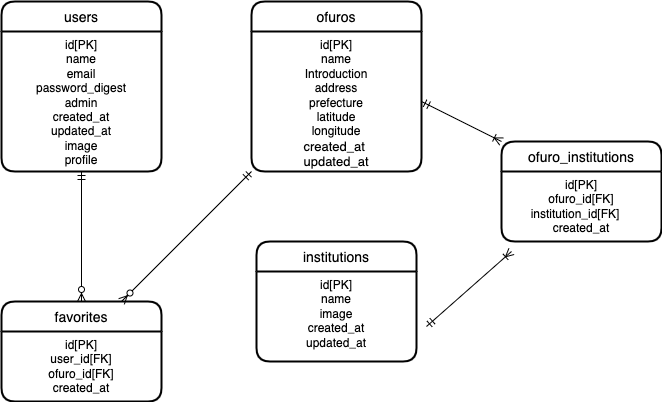
Earlier version of the draw.io export readme/er図.png (idesho/Oshisen_Kawasaki). Source tidied: cells renumbered, new cells last; positions are measured from the earlier drawing's top-left corner, leaving out a move shared by most shapes.
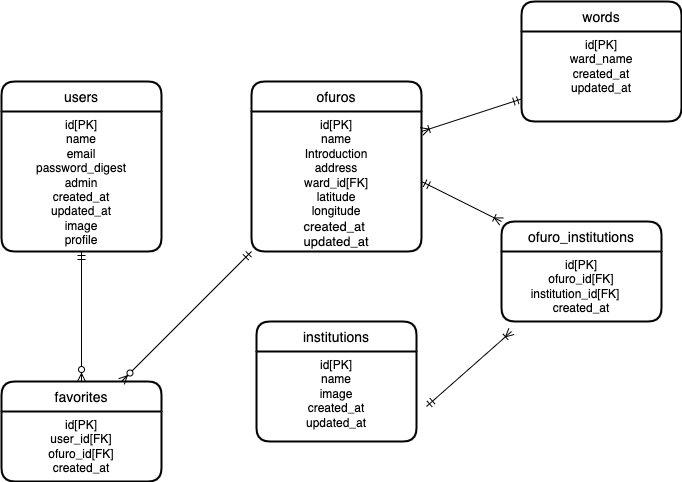
The same file after the commit.

What changed in the source:
```diff
@@ -11,7 +11,7 @@
     <mxCell id="4" value="ofuros" style="swimlane;horizontal=1;startSize=30;rounded=1;fontSize=14;fontStyle=0;strokeWidth=2;shadow=0;dashed=0;align=center;" parent="1" vertex="1">
       <mxGeometry x="250" width="170" height="170" as="geometry" />
     </mxCell>
-    <mxCell id="5" value="&lt;div style=&quot;&quot;&gt;&lt;span style=&quot;background-color: initial;&quot;&gt;id[PK]&lt;/span&gt;&lt;/div&gt;name&lt;br&gt;Introduction&lt;br&gt;address&lt;br&gt;prefecture&lt;br&gt;latitude&lt;br&gt;longitude&lt;br&gt;&lt;div style=&quot;text-align: start;&quot;&gt;&lt;font face=&quot;Roboto, RobotoDraft, Helvetica, Arial, sans-serif&quot;&gt;&lt;span style=&quot;font-size: 13px; background-color: rgb(255, 255, 255);&quot;&gt;created_at&lt;/span&gt;&lt;/font&gt;&lt;/div&gt;&lt;div style=&quot;text-align: start;&quot;&gt;&lt;font face=&quot;Roboto, RobotoDraft, Helvetica, Arial, sans-serif&quot;&gt;&lt;span style=&quot;background-color: rgb(255, 255, 255);&quot;&gt;&lt;span style=&quot;font-size: 13px;&quot;&gt;updated_at&lt;/span&gt;&lt;br&gt;&lt;/span&gt;&lt;/font&gt;&lt;/div&gt;" style="text;whiteSpace=wrap;html=1;align=center;" parent="4" vertex="1">
+    <mxCell id="5" value="&lt;div style=&quot;&quot;&gt;&lt;span style=&quot;background-color: initial;&quot;&gt;id[PK]&lt;/span&gt;&lt;/div&gt;name&lt;br&gt;Introduction&lt;br&gt;address&lt;br&gt;ward_id[FK]&lt;br&gt;latitude&lt;br&gt;longitude&lt;br&gt;&lt;div style=&quot;text-align: start;&quot;&gt;&lt;font face=&quot;Roboto, RobotoDraft, Helvetica, Arial, sans-serif&quot;&gt;&lt;span style=&quot;font-size: 13px; background-color: rgb(255, 255, 255);&quot;&gt;created_at&lt;/span&gt;&lt;/font&gt;&lt;/div&gt;&lt;div style=&quot;text-align: start;&quot;&gt;&lt;font face=&quot;Roboto, RobotoDraft, Helvetica, Arial, sans-serif&quot;&gt;&lt;span style=&quot;background-color: rgb(255, 255, 255);&quot;&gt;&lt;span style=&quot;font-size: 13px;&quot;&gt;updated_at&lt;/span&gt;&lt;br&gt;&lt;/span&gt;&lt;/font&gt;&lt;/div&gt;" style="text;whiteSpace=wrap;html=1;align=center;" parent="4" vertex="1">
       <mxGeometry y="30" width="170" height="140" as="geometry" />
     </mxCell>
     <mxCell id="6" value="favorites" style="swimlane;horizontal=1;startSize=30;rounded=1;fontSize=14;fontStyle=0;strokeWidth=2;shadow=0;dashed=0;align=center;" parent="1" vertex="1">
@@ -49,5 +49,16 @@
         <mxPoint x="510" y="250" as="targetPoint" />
       </mxGeometry>
     </mxCell>
+    <mxCell id="16" value="words" style="swimlane;horizontal=1;startSize=30;rounded=1;fontSize=14;fontStyle=0;strokeWidth=2;shadow=0;dashed=0;align=center;" parent="1" vertex="1">
+      <mxGeometry x="520" y="-80" width="160" height="120" as="geometry" />
+    </mxCell>
+    <mxCell id="17" value="id[PK]&lt;br&gt;ward_name&lt;br&gt;created_at&lt;br&gt;updated_at" style="text;whiteSpace=wrap;html=1;align=center;" parent="16" vertex="1">
+      <mxGeometry y="30" width="160" height="90" as="geometry" />
+    </mxCell>
+    <mxCell id="18" style="fontSize=12;html=1;endArrow=ERoneToMany;startArrow=ERmandOne;rounded=0;exitX=0;exitY=0.75;exitDx=0;exitDy=0;entryX=0;entryY=0;entryDx=0;entryDy=0;" parent="1" edge="1" source="17">
+      <mxGeometry relative="1" as="geometry">
+        <mxPoint x="420" y="50" as="targetPoint" />
+      </mxGeometry>
+    </mxCell>
   </root>
 </mxGraphModel>
```
